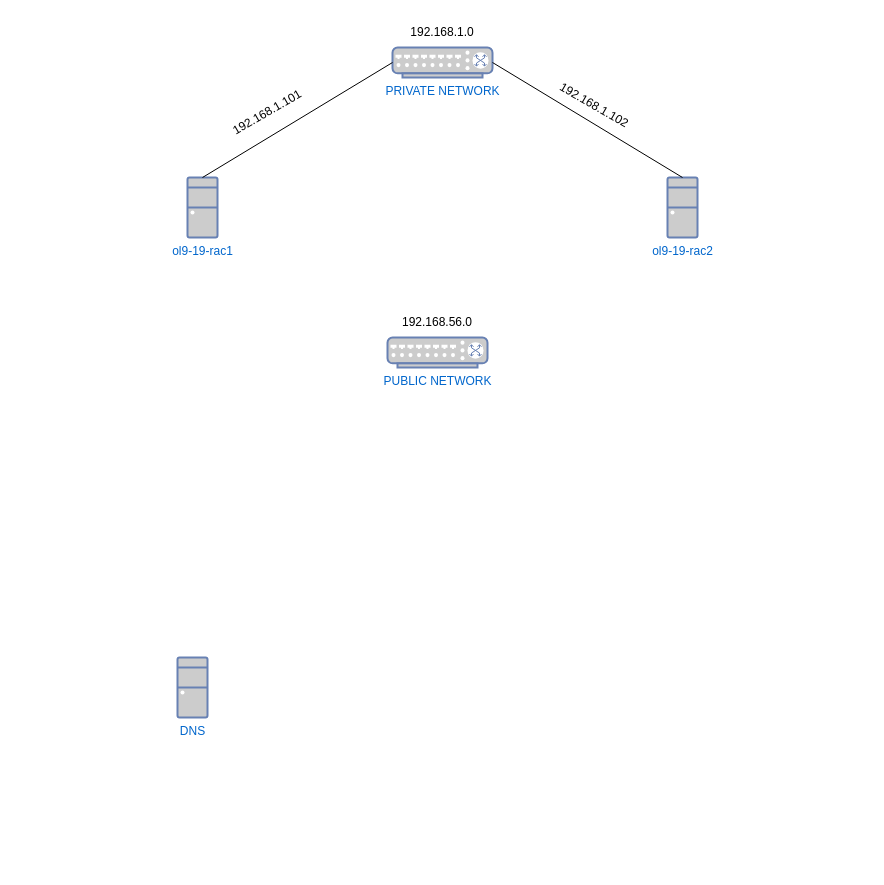
Earlier version of the draw.io diagram Oracle_RAC.drawio (khinhvuphiduong/diagrams.net). Source tidied: cells renumbered, new cells numbered last; positions are measured from the earlier drawing's top-left corner, leaving out a move shared by most shapes. Both pictures are drawn from the tidied source at 100%, with x=0, y=0 at pixel (177, 17).
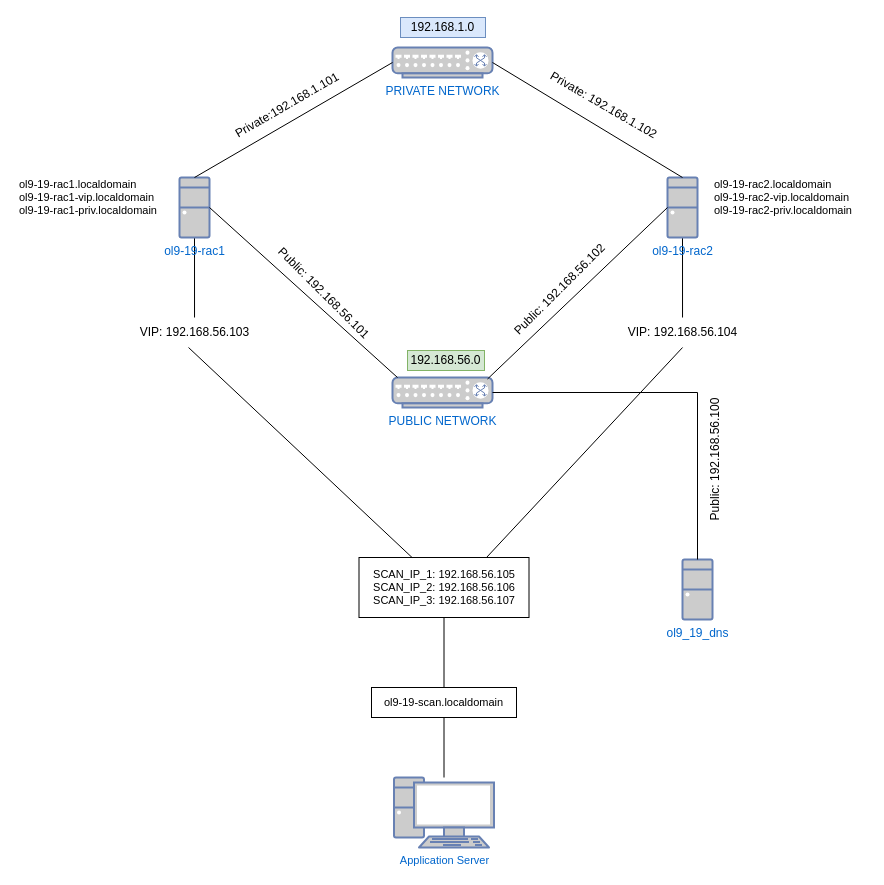
The same diagram, later.

Unchanged cells that the change refers to:
```xml
<mxCell id="3" value="ol9-19-rac2" style="fontColor=#0066CC;verticalAlign=top;verticalLabelPosition=bottom;labelPosition=center;align=center;html=1;outlineConnect=0;fillColor=#CCCCCC;strokeColor=#6881B3;gradientColor=none;gradientDirection=north;strokeWidth=2;shape=mxgraph.networks.desktop_pc;" parent="1" vertex="1">
  <mxGeometry x="490" y="160" width="30" height="60" as="geometry" />
</mxCell>
```

Change to the diagram source:
```diff
@@
+    <mxCell id="13" style="edgeStyle=none;rounded=0;jettySize=auto;html=1;strokeColor=default;align=center;verticalAlign=middle;fontFamily=Helvetica;fontSize=11;fontColor=default;labelBackgroundColor=default;endArrow=none;endFill=0;" parent="1" edge="1" source="2" target="19">
+      <mxGeometry relative="1" as="geometry" />
+    </mxCell>
     <mxCell id="2" value="ol9-19-rac1" style="fontColor=#0066CC;verticalAlign=top;verticalLabelPosition=bottom;labelPosition=center;align=center;html=1;outlineConnect=0;fillColor=#CCCCCC;strokeColor=#6881B3;gradientColor=none;gradientDirection=north;strokeWidth=2;shape=mxgraph.networks.desktop_pc;" parent="1" vertex="1">
-      <mxGeometry x="10" y="160" width="30" height="60" as="geometry" />
+      <mxGeometry x="2" y="160" width="30" height="60" as="geometry" />
     </mxCell>
+    <mxCell id="14" style="edgeStyle=none;rounded=0;jettySize=auto;html=1;strokeColor=default;align=center;verticalAlign=middle;fontFamily=Helvetica;fontSize=11;fontColor=default;labelBackgroundColor=default;endArrow=none;endFill=0;" parent="1" edge="1" source="3" target="20">
+      <mxGeometry relative="1" as="geometry" />
+    </mxCell>
@@
-    <mxCell id="4" value="DNS" style="fontColor=#0066CC;verticalAlign=top;verticalLabelPosition=bottom;labelPosition=center;align=center;html=1;outlineConnect=0;fillColor=#CCCCCC;strokeColor=#6881B3;gradientColor=none;gradientDirection=north;strokeWidth=2;shape=mxgraph.networks.desktop_pc;" parent="1" vertex="1">
-      <mxGeometry y="640" width="30" height="60" as="geometry" />
+    <mxCell id="4" value="ol9_19_dns" style="fontColor=#0066CC;verticalAlign=top;verticalLabelPosition=bottom;labelPosition=center;align=center;html=1;outlineConnect=0;fillColor=#CCCCCC;strokeColor=#6881B3;gradientColor=none;gradientDirection=north;strokeWidth=2;shape=mxgraph.networks.desktop_pc;" parent="1" vertex="1">
+      <mxGeometry x="505" y="542" width="30" height="60" as="geometry" />
     </mxCell>
     <mxCell id="5" value="PUBLIC NETWORK" style="fontColor=#0066CC;verticalAlign=top;verticalLabelPosition=bottom;labelPosition=center;align=center;html=1;outlineConnect=0;fillColor=#CCCCCC;strokeColor=#6881B3;gradientColor=none;gradientDirection=north;strokeWidth=2;shape=mxgraph.networks.switch;" parent="1" vertex="1">
-      <mxGeometry x="210" y="320" width="100" height="30" as="geometry" />
+      <mxGeometry x="215" y="360" width="100" height="30" as="geometry" />
     </mxCell>
-    <mxCell id="6" value="192.168.56.0" style="text;html=1;align=center;verticalAlign=middle;whiteSpace=wrap;rounded=0;" parent="1" vertex="1">
-      <mxGeometry x="230" y="290" width="60" height="30" as="geometry" />
+    <mxCell id="6" value="192.168.56.0" style="text;html=1;align=center;verticalAlign=middle;whiteSpace=wrap;rounded=0;fillColor=#d5e8d4;strokeColor=#82b366;" parent="1" vertex="1">
+      <mxGeometry x="230" y="333" width="77" height="20" as="geometry" />
     </mxCell>
@@
-    <mxCell id="8" value="192.168.1.0" style="text;html=1;align=center;verticalAlign=middle;whiteSpace=wrap;rounded=0;" parent="1" vertex="1">
-      <mxGeometry x="235" width="60" height="30" as="geometry" />
+    <mxCell id="8" value="192.168.1.0" style="text;html=1;align=center;verticalAlign=middle;whiteSpace=wrap;rounded=0;fillColor=#dae8fc;strokeColor=#6c8ebf;" parent="1" vertex="1">
+      <mxGeometry x="223" width="85" height="20" as="geometry" />
     </mxCell>
@@
-    <mxCell id="11" value="192.168.1.101" style="text;html=1;align=center;verticalAlign=middle;whiteSpace=wrap;rounded=0;rotation=-30;" parent="1" vertex="1">
-      <mxGeometry x="60" y="80" width="60" height="30" as="geometry" />
+    <mxCell id="11" value="Private:192.168.1.101" style="text;html=1;align=center;verticalAlign=middle;whiteSpace=wrap;rounded=0;rotation=-30;" parent="1" vertex="1">
+      <mxGeometry x="80" y="73" width="60" height="30" as="geometry" />
     </mxCell>
-    <mxCell id="12" value="192.168.1.102" style="text;html=1;align=center;verticalAlign=middle;whiteSpace=wrap;rounded=0;rotation=30;" parent="1" vertex="1">
-      <mxGeometry x="387" y="73" width="60" height="30" as="geometry" />
+    <mxCell id="12" value="Private: 192.168.1.102" style="text;html=1;align=center;verticalAlign=middle;whiteSpace=wrap;rounded=0;rotation=30;" parent="1" vertex="1">
+      <mxGeometry x="360" y="73" width="133" height="30" as="geometry" />
     </mxCell>
+    <mxCell id="15" style="endArrow=none;html=1;rounded=0;strokeColor=default;align=center;verticalAlign=middle;fontFamily=Helvetica;fontSize=11;fontColor=default;labelBackgroundColor=default;exitX=1;exitY=0.5;exitDx=0;exitDy=0;exitPerimeter=0;" parent="1" edge="1" source="2">
+      <mxGeometry relative="1" as="geometry">
+        <mxPoint x="220" y="360" as="targetPoint" />
+      </mxGeometry>
+    </mxCell>
+    <mxCell id="16" style="endArrow=none;html=1;rounded=0;strokeColor=default;align=center;verticalAlign=middle;fontFamily=Helvetica;fontSize=11;fontColor=default;labelBackgroundColor=default;exitX=0;exitY=0.5;exitDx=0;exitDy=0;exitPerimeter=0;entryX=0.95;entryY=0.05;entryDx=0;entryDy=0;entryPerimeter=0;" parent="1" edge="1" source="3" target="5">
+      <mxGeometry relative="1" as="geometry" />
+    </mxCell>
+    <mxCell id="17" value="Public: 192.168.56.101" style="text;html=1;align=center;verticalAlign=middle;whiteSpace=wrap;rounded=0;rotation=45;" parent="1" vertex="1">
+      <mxGeometry x="65.3" y="261" width="162.7" height="30" as="geometry" />
+    </mxCell>
+    <mxCell id="18" value="Public: 192.168.56.102" style="text;html=1;align=center;verticalAlign=middle;whiteSpace=wrap;rounded=0;rotation=-45;" parent="1" vertex="1">
+      <mxGeometry x="301" y="257" width="163" height="30" as="geometry" />
+    </mxCell>
+    <mxCell id="19" value="VIP: 192.168.56.103" style="text;html=1;align=center;verticalAlign=middle;whiteSpace=wrap;rounded=0;rotation=0;" parent="1" vertex="1">
+      <mxGeometry x="-64.3" y="300" width="162.7" height="30" as="geometry" />
+    </mxCell>
+    <mxCell id="20" value="VIP: 192.168.56.104" style="text;html=1;align=center;verticalAlign=middle;whiteSpace=wrap;rounded=0;rotation=0;" parent="1" vertex="1">
+      <mxGeometry x="423.7" y="300" width="162.7" height="30" as="geometry" />
+    </mxCell>
+    <mxCell id="21" value="ol9-19-rac1.localdomain&lt;br&gt;ol9-19-rac1-vip.localdomain&lt;br&gt;ol9-19-rac1-priv.localdomain" style="text;html=1;align=left;verticalAlign=middle;whiteSpace=wrap;rounded=0;fontFamily=Helvetica;fontSize=11;labelBackgroundColor=default;" parent="1" vertex="1">
+      <mxGeometry x="-160" y="160" width="155" height="40" as="geometry" />
+    </mxCell>
+    <mxCell id="22" value="ol9-19-rac2.localdomain&lt;br&gt;ol9-19-rac2-vip.localdomain&lt;br&gt;ol9-19-rac2-priv.localdomain" style="text;html=1;align=left;verticalAlign=middle;whiteSpace=wrap;rounded=0;fontFamily=Helvetica;fontSize=11;labelBackgroundColor=default;" parent="1" vertex="1">
+      <mxGeometry x="535" y="160" width="155" height="40" as="geometry" />
+    </mxCell>
+    <mxCell id="23" value="Public: 192.168.56.100" style="text;html=1;align=center;verticalAlign=middle;whiteSpace=wrap;rounded=0;rotation=-90;" parent="1" vertex="1">
+      <mxGeometry x="465" y="427" width="145" height="30" as="geometry" />
+    </mxCell>
+    <mxCell id="24" style="edgeStyle=none;rounded=0;jettySize=auto;html=1;entryX=0.5;entryY=1;entryDx=0;entryDy=0;strokeColor=default;align=center;verticalAlign=middle;fontFamily=Helvetica;fontSize=11;fontColor=default;labelBackgroundColor=default;endArrow=none;endFill=0;exitX=0.75;exitY=0;exitDx=0;exitDy=0;" parent="1" edge="1" source="25" target="20">
+      <mxGeometry relative="1" as="geometry" />
+    </mxCell>
+    <mxCell id="25" value="SCAN_IP_1: 192.168.56.105&lt;br&gt;SCAN_IP_2: 192.168.56.106&lt;br&gt;SCAN_IP_3: 192.168.56.107" style="text;html=1;align=center;verticalAlign=middle;whiteSpace=wrap;rounded=0;fontFamily=Helvetica;fontSize=11;labelBackgroundColor=default;strokeColor=default;" parent="1" vertex="1">
+      <mxGeometry x="181.5" y="540" width="170" height="60" as="geometry" />
+    </mxCell>
+    <mxCell id="26" style="edgeStyle=none;rounded=0;jettySize=auto;html=1;entryX=0.5;entryY=1;entryDx=0;entryDy=0;strokeColor=default;align=center;verticalAlign=middle;fontFamily=Helvetica;fontSize=11;fontColor=default;labelBackgroundColor=default;endArrow=none;endFill=0;" parent="1" edge="1" source="27" target="25">
+      <mxGeometry relative="1" as="geometry" />
+    </mxCell>
+    <mxCell id="27" value="ol9-19-scan.localdomain" style="text;html=1;align=center;verticalAlign=middle;whiteSpace=wrap;rounded=0;fontFamily=Helvetica;fontSize=11;fontColor=default;labelBackgroundColor=default;fillColor=none;strokeColor=default;" parent="1" vertex="1">
+      <mxGeometry x="194" y="670" width="145" height="30" as="geometry" />
+    </mxCell>
+    <mxCell id="28" style="edgeStyle=none;rounded=0;jettySize=auto;html=1;entryX=0.5;entryY=1;entryDx=0;entryDy=0;strokeColor=default;align=center;verticalAlign=middle;fontFamily=Helvetica;fontSize=11;fontColor=default;labelBackgroundColor=default;endArrow=none;endFill=0;" parent="1" edge="1" source="29" target="27">
+      <mxGeometry relative="1" as="geometry" />
+    </mxCell>
+    <mxCell id="29" value="Application Server" style="fontColor=#0066CC;verticalAlign=top;verticalLabelPosition=bottom;labelPosition=center;align=center;html=1;outlineConnect=0;fillColor=#CCCCCC;strokeColor=#6881B3;gradientColor=none;gradientDirection=north;strokeWidth=2;shape=mxgraph.networks.pc;fontFamily=Helvetica;fontSize=11;labelBackgroundColor=default;" parent="1" vertex="1">
+      <mxGeometry x="216.5" y="760" width="100" height="70" as="geometry" />
+    </mxCell>
+    <mxCell id="30" style="endArrow=none;html=1;rounded=0;strokeColor=default;align=center;verticalAlign=middle;fontFamily=Helvetica;fontSize=11;fontColor=default;labelBackgroundColor=default;entryX=0.5;entryY=0;entryDx=0;entryDy=0;entryPerimeter=0;" parent="1" edge="1" source="5" target="4">
+      <mxGeometry relative="1" as="geometry">
+        <Array as="points">
+          <mxPoint x="520" y="375" />
+        </Array>
+      </mxGeometry>
+    </mxCell>
+    <mxCell id="31" style="edgeStyle=none;rounded=0;jettySize=auto;html=1;entryX=0.463;entryY=1;entryDx=0;entryDy=0;entryPerimeter=0;strokeColor=default;align=center;verticalAlign=middle;fontFamily=Helvetica;fontSize=11;fontColor=default;labelBackgroundColor=default;endArrow=none;endFill=0;" parent="1" edge="1" source="25" target="19">
+      <mxGeometry relative="1" as="geometry" />
+    </mxCell>
```
